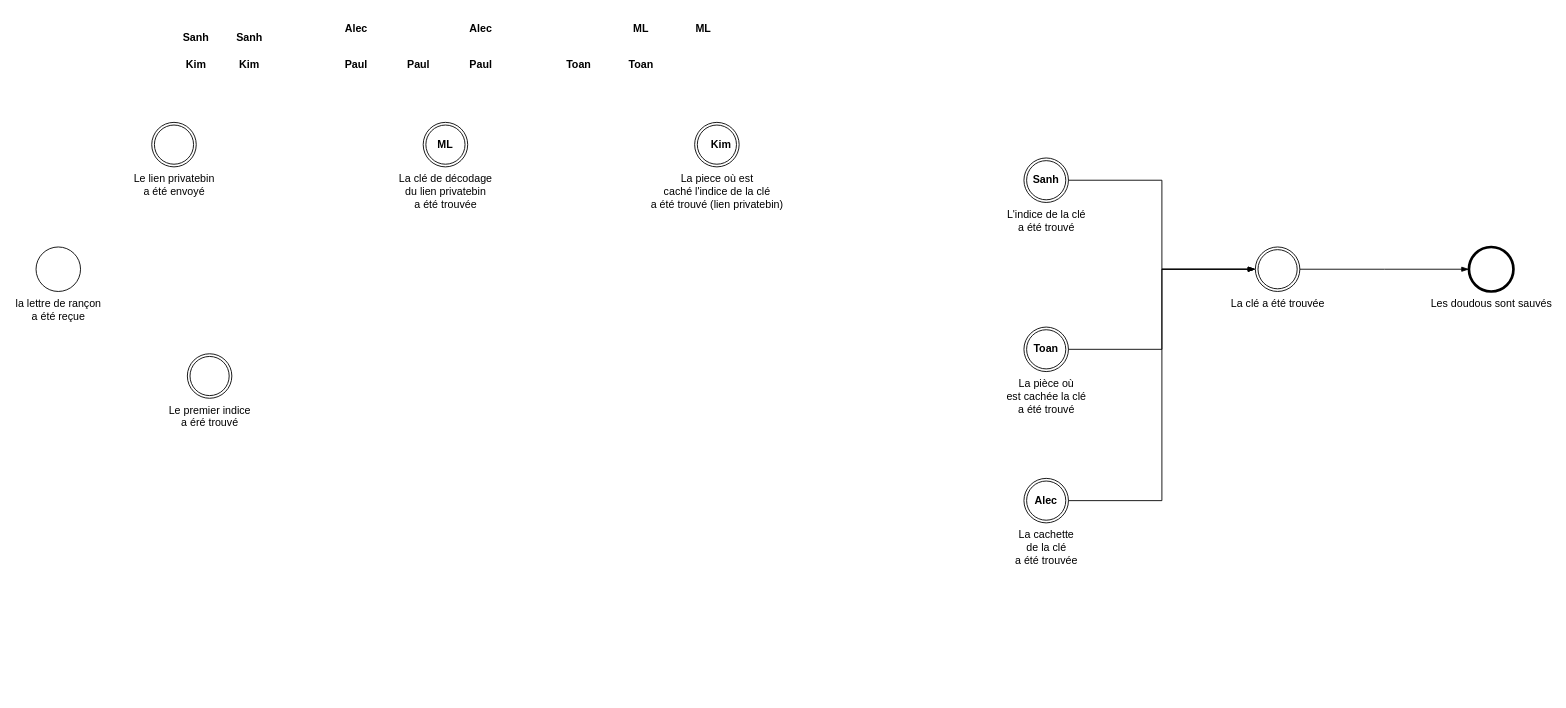
haclong/drawings keeps this draw.io diagram as doudounapping.drawio. Above is the earlier version. Source tidied: cells renumbered, new cells numbered last; positions are measured from the earlier drawing's top-left corner, leaving out a move shared by most shapes. Both pictures are drawn from the tidied source at 89%, with x=0, y=0 at pixel (36, 15).
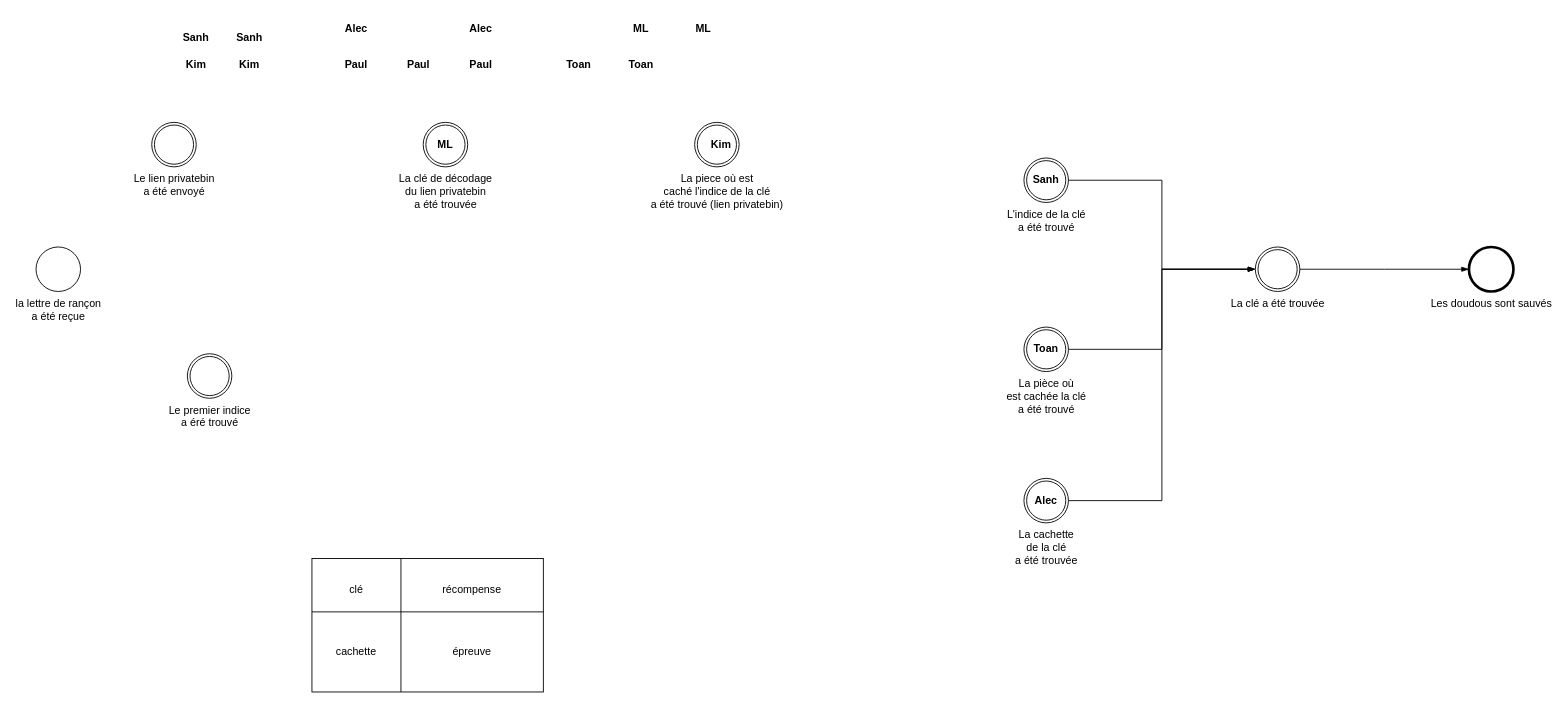
Above is the later version.

Commit message:
Mettre à jour doudounapping.drawio

Change to the diagram source:
```diff
@@
+    <mxCell id="36" style="group;" parent="1" vertex="1">
+      <mxGeometry x="310" y="610" width="260" height="150" as="geometry" />
+    </mxCell>
+    <mxCell id="37" style="shape=internalStorage;whiteSpace=wrap;html=1;backgroundOutline=1;dx=100;dy=60;" parent="36" vertex="1">
+      <mxGeometry width="260" height="150" as="geometry" />
+    </mxCell>
+    <mxCell id="38" value="récompense" style="text;html=1;strokeColor=none;fillColor=none;align=center;verticalAlign=middle;whiteSpace=wrap;rounded=0;" parent="36" vertex="1">
+      <mxGeometry x="150" y="20" width="60" height="30" as="geometry" />
+    </mxCell>
+    <mxCell id="39" value="clé" style="text;html=1;strokeColor=none;fillColor=none;align=center;verticalAlign=middle;whiteSpace=wrap;rounded=0;" parent="36" vertex="1">
+      <mxGeometry x="20" y="20" width="60" height="30" as="geometry" />
+    </mxCell>
+    <mxCell id="40" value="cachette" style="text;html=1;strokeColor=none;fillColor=none;align=center;verticalAlign=middle;whiteSpace=wrap;rounded=0;" parent="36" vertex="1">
+      <mxGeometry x="20" y="90" width="60" height="30" as="geometry" />
+    </mxCell>
+    <mxCell id="41" value="épreuve" style="text;html=1;strokeColor=none;fillColor=none;align=center;verticalAlign=middle;whiteSpace=wrap;rounded=0;" parent="36" vertex="1">
+      <mxGeometry x="150" y="90" width="60" height="30" as="geometry" />
+    </mxCell>
```
